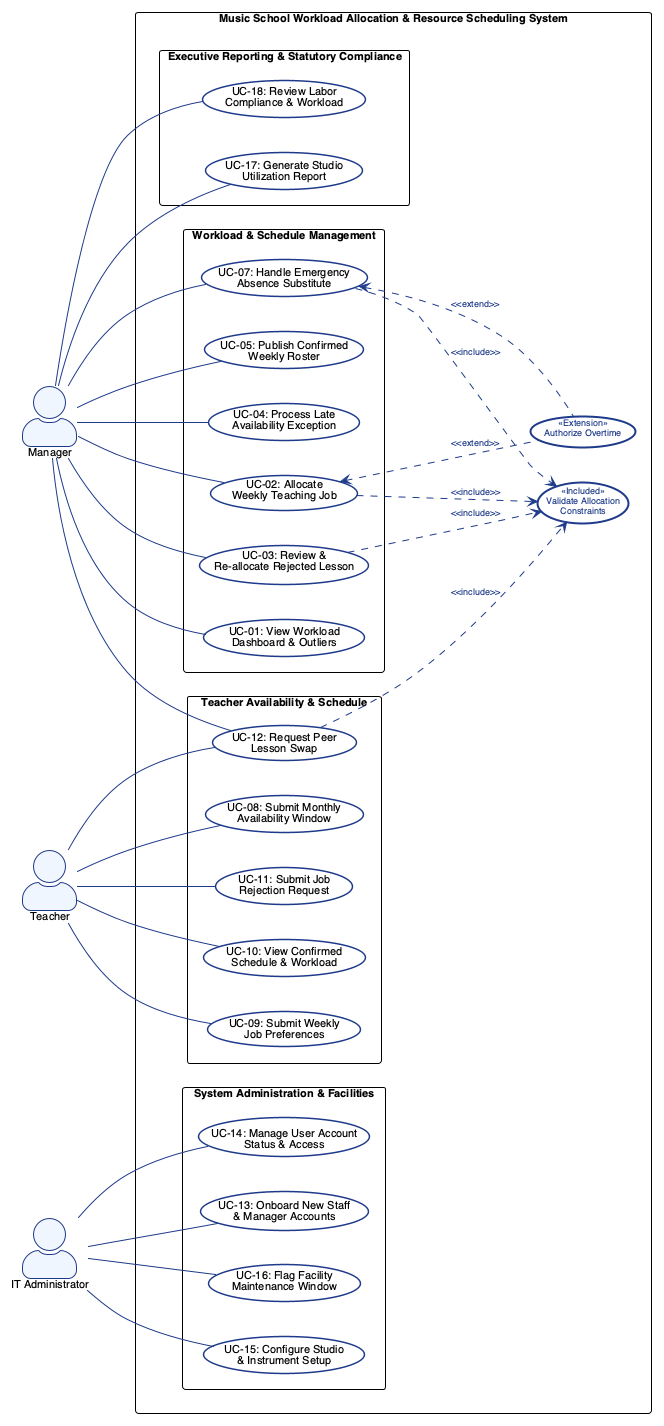
Above: report/assets/use_case_summary.png in adoreblvnk/2001temp (PlantUML), before the change.
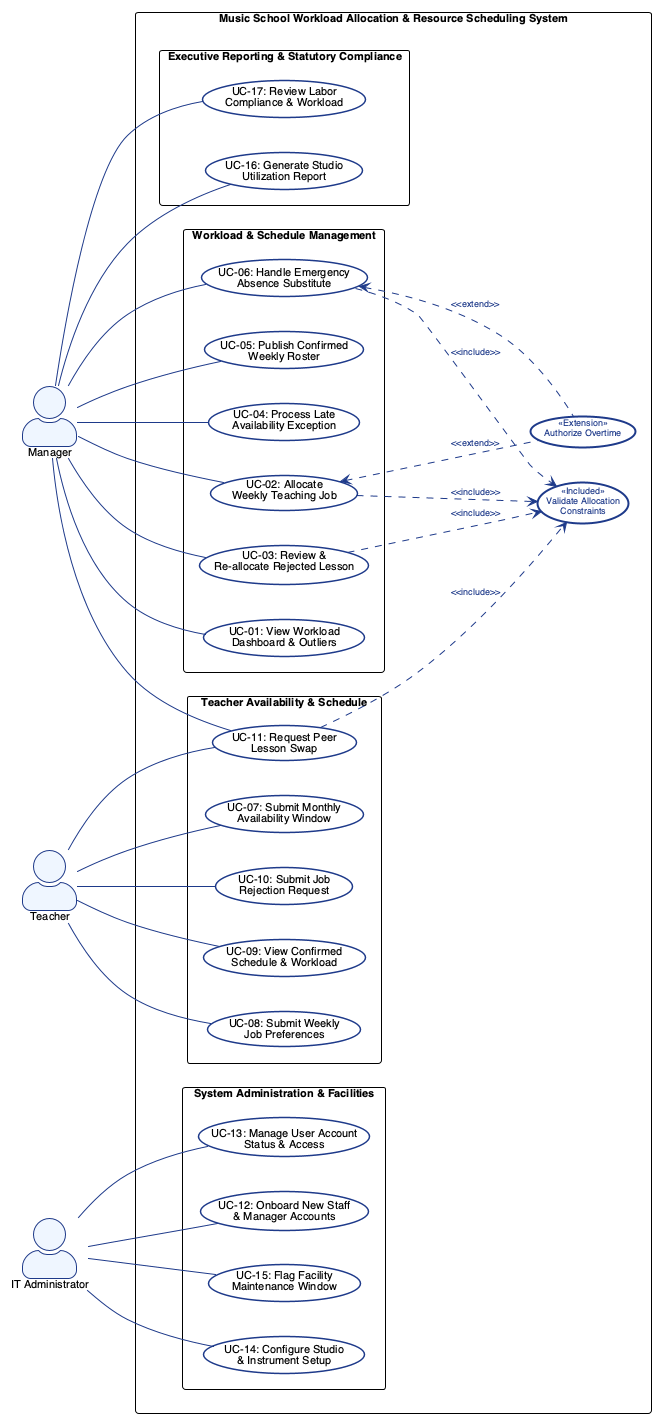
Above is the later version.

What changed in the source:
```diff
@@ -47,12 +47,12 @@
 rectangle "Music School Workload Allocation & Resource Scheduling System" as SystemBoundary {
 
     package "Executive Reporting & Statutory Compliance" {
-        usecase "UC-18: Review Labor\nCompliance & Workload" as UC18
-        usecase "UC-17: Generate Studio\nUtilization Report" as UC17
+        usecase "UC-17: Review Labor\nCompliance & Workload" as UC17
+        usecase "UC-16: Generate Studio\nUtilization Report" as UC16
     }
 
     package "Workload & Schedule Management" {
-        usecase "UC-07: Handle Emergency\nAbsence Substitute" as UC07
+        usecase "UC-06: Handle Emergency\nAbsence Substitute" as UC06
         usecase "UC-05: Publish Confirmed\nWeekly Roster" as UC05
         usecase "UC-04: Process Late\nAvailability Exception" as UC04
         usecase "UC-02: Allocate\nWeekly Teaching Job" as UC02
@@ -61,66 +61,66 @@
     }
 
     package "Teacher Availability & Schedule" {
-        usecase "UC-12: Request Peer\nLesson Swap" as UC12
-        usecase "UC-11: Submit Job\nRejection Request" as UC11
-        usecase "UC-10: View Confirmed\nSchedule & Workload" as UC10
-        usecase "UC-09: Submit Weekly\nJob Preferences" as UC09
-        usecase "UC-08: Submit Monthly\nAvailability Window" as UC08
+        usecase "UC-11: Request Peer\nLesson Swap" as UC11
+        usecase "UC-10: Submit Job\nRejection Request" as UC10
+        usecase "UC-09: View Confirmed\nSchedule & Workload" as UC09
+        usecase "UC-08: Submit Weekly\nJob Preferences" as UC08
+        usecase "UC-07: Submit Monthly\nAvailability Window" as UC07
     }
 
     package "System Administration & Facilities" {
-        usecase "UC-16: Flag Facility\nMaintenance Window" as UC16
-        usecase "UC-15: Configure Studio\n& Instrument Setup" as UC15
-        usecase "UC-14: Manage User Account\nStatus & Access" as UC14
-        usecase "UC-13: Onboard New Staff\n& Manager Accounts" as UC13
+        usecase "UC-15: Flag Facility\nMaintenance Window" as UC15
+        usecase "UC-14: Configure Studio\n& Instrument Setup" as UC14
+        usecase "UC-13: Manage User Account\nStatus & Access" as UC13
+        usecase "UC-12: Onboard New Staff\n& Manager Accounts" as UC12
     }
 
     usecase "Validate Allocation\nConstraints" as ValidateAlloc <<Included>>
     usecase "Authorize Overtime" as AuthOT <<Extension>>
 }
 
-Manager -- UC18
 Manager -- UC17
-Manager -- UC07
+Manager -- UC16
+Manager -- UC06
 Manager -- UC05
 Manager -- UC04
 Manager -- UC02
 Manager -- UC03
 Manager -- UC01
-Manager -- UC12
+Manager -- UC11
 
-Teacher -- UC12
 Teacher -- UC11
 Teacher -- UC10
 Teacher -- UC09
 Teacher -- UC08
+Teacher -- UC07
 
-ITAdmin -- UC16
 ITAdmin -- UC15
 ITAdmin -- UC14
 ITAdmin -- UC13
+ITAdmin -- UC12
 
-UC07 ..> ValidateAlloc : <U+003C><U+003C>include<U+003E><U+003E>
+UC06 ..> ValidateAlloc : <U+003C><U+003C>include<U+003E><U+003E>
 UC03 ..> ValidateAlloc : <U+003C><U+003C>include<U+003E><U+003E>
 UC02 ..> ValidateAlloc : <U+003C><U+003C>include<U+003E><U+003E>
-UC12 ..> ValidateAlloc : <U+003C><U+003C>include<U+003E><U+003E>
+UC11 ..> ValidateAlloc : <U+003C><U+003C>include<U+003E><U+003E>
 
-UC07 <.. AuthOT : <U+003C><U+003C>extend<U+003E><U+003E>
+UC06 <.. AuthOT : <U+003C><U+003C>extend<U+003E><U+003E>
 UC02 <.. AuthOT : <U+003C><U+003C>extend<U+003E><U+003E>
 
-UC18 -[hidden]right-> UC17
-UC07 -[hidden]right-> UC05
+UC17 -[hidden]right-> UC16
+UC06 -[hidden]right-> UC05
 UC05 -[hidden]right-> UC04
 UC04 -[hidden]right-> UC03
 UC03 -[hidden]right-> UC02
 UC02 -[hidden]right-> UC01
-UC12 -[hidden]right-> UC11
 UC11 -[hidden]right-> UC10
 UC10 -[hidden]right-> UC09
 UC09 -[hidden]right-> UC08
-UC16 -[hidden]right-> UC15
+UC08 -[hidden]right-> UC07
 UC15 -[hidden]right-> UC14
 UC14 -[hidden]right-> UC13
+UC13 -[hidden]right-> UC12
 ValidateAlloc -[hidden]right-> AuthOT
 
 @enduml
```
